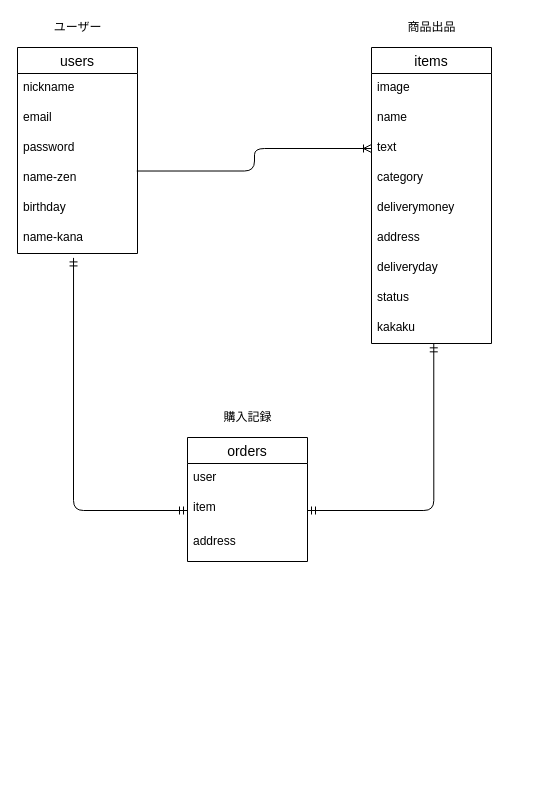
This is ER図.dio from ak-matsu/furima-34248, a draw.io file, before an edit. Source tidied: cells renumbered, new cells numbered last; positions are measured from the earlier drawing's top-left corner, leaving out a move shared by most shapes. Both pictures are drawn from the tidied source at 100%, with x=0, y=0 at pixel (17, 17).
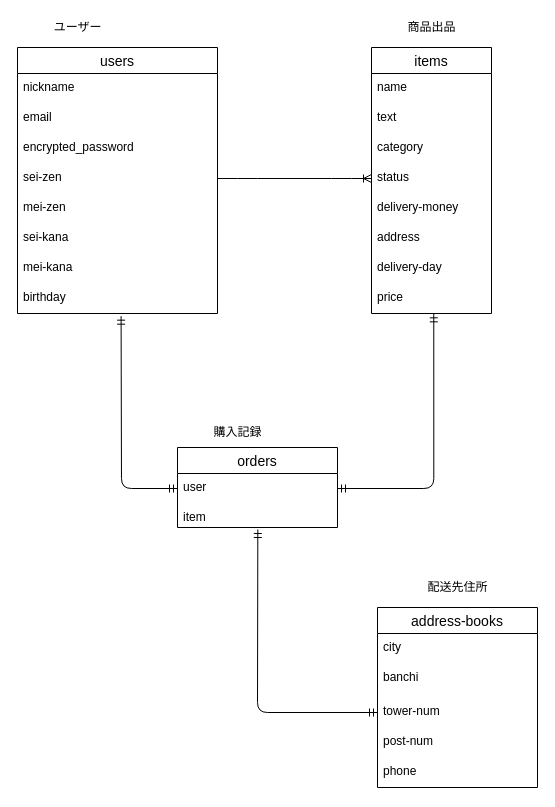
After the change.

Commit message (it also covers changes not shown here):
カラム名、オプション、ER図の修正、配送先住所テーブルの追加

What changed in the source:
```diff
@@
     <mxCell id="2" value="users" style="swimlane;fontStyle=0;horizontal=1;startSize=26;align=center;fontSize=14;" parent="1" vertex="1">
-      <mxGeometry y="30" width="120" height="206" as="geometry" />
+      <mxGeometry y="30" width="200" height="266" as="geometry" />
     </mxCell>
     <mxCell id="3" value="nickname" style="text;strokeColor=none;fillColor=none;spacingLeft=4;spacingRight=4;overflow=hidden;fontSize=12;" parent="2" vertex="1">
-      <mxGeometry y="26" width="120" height="30" as="geometry" />
+      <mxGeometry y="26" width="200" height="30" as="geometry" />
     </mxCell>
     <mxCell id="4" value="email" style="text;strokeColor=none;fillColor=none;spacingLeft=4;spacingRight=4;overflow=hidden;fontSize=12;" parent="2" vertex="1">
-      <mxGeometry y="56" width="120" height="30" as="geometry" />
+      <mxGeometry y="56" width="200" height="30" as="geometry" />
     </mxCell>
-    <mxCell id="5" value="password" style="text;strokeColor=none;fillColor=none;spacingLeft=4;spacingRight=4;overflow=hidden;fontSize=12;" parent="2" vertex="1">
-      <mxGeometry y="86" width="120" height="30" as="geometry" />
+    <mxCell id="5" value="encrypted_password" style="text;strokeColor=none;fillColor=none;spacingLeft=4;spacingRight=4;overflow=hidden;fontSize=12;" parent="2" vertex="1">
+      <mxGeometry y="86" width="200" height="30" as="geometry" />
     </mxCell>
-    <mxCell id="6" value="name-zen" style="text;strokeColor=none;fillColor=none;spacingLeft=4;spacingRight=4;overflow=hidden;points=[[0,0.5],[1,0.5]];portConstraint=eastwest;fontSize=12;" parent="2" vertex="1">
-      <mxGeometry y="116" width="120" height="30" as="geometry" />
+    <mxCell id="6" value="sei-zen" style="text;strokeColor=none;fillColor=none;spacingLeft=4;spacingRight=4;overflow=hidden;points=[[0,0.5],[1,0.5]];portConstraint=eastwest;fontSize=12;" parent="2" vertex="1">
+      <mxGeometry y="116" width="200" height="30" as="geometry" />
     </mxCell>
-    <mxCell id="7" value="birthday" style="text;strokeColor=none;fillColor=none;spacingLeft=4;spacingRight=4;overflow=hidden;fontSize=12;" parent="2" vertex="1">
-      <mxGeometry y="146" width="120" height="30" as="geometry" />
+    <mxCell id="7" value="mei-zen" style="text;strokeColor=none;fillColor=none;spacingLeft=4;spacingRight=4;overflow=hidden;fontSize=12;" parent="2" vertex="1">
+      <mxGeometry y="146" width="200" height="30" as="geometry" />
     </mxCell>
-    <mxCell id="8" value="name-kana" style="text;strokeColor=none;fillColor=none;spacingLeft=4;spacingRight=4;overflow=hidden;points=[[0,0.5],[1,0.5]];portConstraint=eastwest;fontSize=12;" parent="2" vertex="1">
-      <mxGeometry y="176" width="120" height="30" as="geometry" />
+    <mxCell id="8" value="sei-kana" style="text;strokeColor=none;fillColor=none;spacingLeft=4;spacingRight=4;overflow=hidden;points=[[0,0.5],[1,0.5]];portConstraint=eastwest;fontSize=12;" parent="2" vertex="1">
+      <mxGeometry y="176" width="200" height="30" as="geometry" />
     </mxCell>
+    <mxCell id="29" value="mei-kana" style="text;strokeColor=none;fillColor=none;spacingLeft=4;spacingRight=4;overflow=hidden;fontSize=12;" parent="2" vertex="1">
+      <mxGeometry y="206" width="200" height="30" as="geometry" />
+    </mxCell>
+    <mxCell id="30" value="birthday" style="text;strokeColor=none;fillColor=none;spacingLeft=4;spacingRight=4;overflow=hidden;points=[[0,0.5],[1,0.5]];portConstraint=eastwest;fontSize=12;" parent="2" vertex="1">
+      <mxGeometry y="236" width="200" height="30" as="geometry" />
+    </mxCell>
     <mxCell id="9" value="items" style="swimlane;fontStyle=0;horizontal=1;startSize=26;align=center;fontSize=14;" parent="1" vertex="1">
-      <mxGeometry x="354" y="30" width="120" height="296" as="geometry" />
+      <mxGeometry x="354" y="30" width="120" height="266" as="geometry" />
     </mxCell>
-    <mxCell id="10" value="image" style="text;strokeColor=none;fillColor=none;spacingLeft=4;spacingRight=4;overflow=hidden;fontSize=12;" parent="9" vertex="1">
-      <mxGeometry y="26" width="120" height="30" as="geometry" />
-    </mxCell>
     <mxCell id="11" value="name" style="text;strokeColor=none;fillColor=none;spacingLeft=4;spacingRight=4;overflow=hidden;fontSize=12;" parent="9" vertex="1">
-      <mxGeometry y="56" width="120" height="30" as="geometry" />
+      <mxGeometry y="26" width="120" height="30" as="geometry" />
     </mxCell>
     <mxCell id="12" value="text" style="text;strokeColor=none;fillColor=none;spacingLeft=4;spacingRight=4;overflow=hidden;points=[[0,0.5],[1,0.5]];portConstraint=eastwest;fontSize=12;" parent="9" vertex="1">
-      <mxGeometry y="86" width="120" height="30" as="geometry" />
+      <mxGeometry y="56" width="120" height="30" as="geometry" />
     </mxCell>
     <mxCell id="13" value="category" style="text;strokeColor=none;fillColor=none;spacingLeft=4;spacingRight=4;overflow=hidden;fontSize=12;" parent="9" vertex="1">
-      <mxGeometry y="116" width="120" height="30" as="geometry" />
+      <mxGeometry y="86" width="120" height="30" as="geometry" />
     </mxCell>
+    <mxCell id="17" value="status" style="text;strokeColor=none;fillColor=none;spacingLeft=4;spacingRight=4;overflow=hidden;points=[[0,0.5],[1,0.5]];portConstraint=eastwest;fontSize=12;" parent="9" vertex="1">
+      <mxGeometry y="116" width="120" height="30" as="geometry" />
+    </mxCell>
-    <mxCell id="14" value="deliverymoney" style="text;strokeColor=none;fillColor=none;spacingLeft=4;spacingRight=4;overflow=hidden;fontSize=12;" parent="9" vertex="1">
+    <mxCell id="14" value="delivery-money" style="text;strokeColor=none;fillColor=none;spacingLeft=4;spacingRight=4;overflow=hidden;fontSize=12;" parent="9" vertex="1">
       <mxGeometry y="146" width="120" height="30" as="geometry" />
     </mxCell>
@@
-    <mxCell id="16" value="deliveryday" style="text;strokeColor=none;fillColor=none;spacingLeft=4;spacingRight=4;overflow=hidden;fontSize=12;" parent="9" vertex="1">
+    <mxCell id="16" value="delivery-day" style="text;strokeColor=none;fillColor=none;spacingLeft=4;spacingRight=4;overflow=hidden;fontSize=12;" parent="9" vertex="1">
       <mxGeometry y="206" width="120" height="30" as="geometry" />
     </mxCell>
-    <mxCell id="17" value="status" style="text;strokeColor=none;fillColor=none;spacingLeft=4;spacingRight=4;overflow=hidden;points=[[0,0.5],[1,0.5]];portConstraint=eastwest;fontSize=12;" parent="9" vertex="1">
-      <mxGeometry y="236" width="120" height="30" as="geometry" />
-    </mxCell>
-    <mxCell id="18" value="kakaku" style="text;strokeColor=none;fillColor=none;spacingLeft=4;spacingRight=4;overflow=hidden;points=[[0,0.5],[1,0.5]];portConstraint=eastwest;fontSize=12;" parent="9" vertex="1">
-      <mxGeometry y="266" width="120" height="30" as="geometry" />
+    <mxCell id="18" value="price" style="text;strokeColor=none;fillColor=none;spacingLeft=4;spacingRight=4;overflow=hidden;points=[[0,0.5],[1,0.5]];portConstraint=eastwest;fontSize=12;" parent="9" vertex="1">
+      <mxGeometry y="236" width="120" height="30" as="geometry" />
     </mxCell>
     <mxCell id="19" value="orders" style="swimlane;fontStyle=0;horizontal=1;startSize=26;align=center;fontSize=14;" parent="1" vertex="1">
-      <mxGeometry x="170" y="420" width="120" height="124" as="geometry" />
+      <mxGeometry x="160" y="430" width="160" height="80" as="geometry" />
     </mxCell>
     <mxCell id="20" value="user" style="text;strokeColor=none;fillColor=none;spacingLeft=4;spacingRight=4;overflow=hidden;points=[[0,0.5],[1,0.5]];portConstraint=eastwest;fontSize=12;" parent="19" vertex="1">
-      <mxGeometry y="26" width="120" height="30" as="geometry" />
+      <mxGeometry y="26" width="160" height="30" as="geometry" />
     </mxCell>
     <mxCell id="21" value="item" style="text;strokeColor=none;fillColor=none;spacingLeft=4;spacingRight=4;overflow=hidden;points=[[0,0.5],[1,0.5]];portConstraint=eastwest;fontSize=12;" parent="19" vertex="1">
-      <mxGeometry y="56" width="120" height="34" as="geometry" />
+      <mxGeometry y="56" width="160" height="24" as="geometry" />
     </mxCell>
-    <mxCell id="22" value="address" style="text;strokeColor=none;fillColor=none;spacingLeft=4;spacingRight=4;overflow=hidden;fontSize=12;" parent="19" vertex="1">
-      <mxGeometry y="90" width="120" height="34" as="geometry" />
-    </mxCell>
@@
     <mxCell id="25" value="購入記録" style="text;html=1;align=center;verticalAlign=middle;fillColor=none;strokeColor=none;rounded=0;" parent="1" vertex="1">
-      <mxGeometry x="200" y="390" width="60" height="20" as="geometry" />
+      <mxGeometry x="190" y="405" width="60" height="20" as="geometry" />
     </mxCell>
-    <mxCell id="26" style="fontSize=12;html=1;endArrow=ERoneToMany;exitX=0.994;exitY=0.251;exitDx=0;exitDy=0;exitPerimeter=0;entryX=0;entryY=0.5;entryDx=0;entryDy=0;edgeStyle=orthogonalEdgeStyle;" parent="1" edge="1" source="6" target="12">
-      <mxGeometry relative="1" as="geometry" />
-    </mxCell>
-    <mxCell id="27" style="edgeStyle=orthogonalEdgeStyle;fontSize=12;html=1;endArrow=ERmandOne;startArrow=ERmandOne;entryX=1;entryY=0.5;entryDx=0;entryDy=0;exitX=0.519;exitY=1.011;exitDx=0;exitDy=0;exitPerimeter=0;" parent="1" edge="1" source="18" target="21">
+    <mxCell id="27" style="edgeStyle=orthogonalEdgeStyle;fontSize=12;html=1;endArrow=ERmandOne;startArrow=ERmandOne;entryX=1;entryY=0.5;entryDx=0;entryDy=0;exitX=0.519;exitY=1.011;exitDx=0;exitDy=0;exitPerimeter=0;" parent="1" edge="1" source="18" target="20">
       <mxGeometry relative="1" as="geometry" />
     </mxCell>
-    <mxCell id="28" style="fontSize=12;html=1;endArrow=ERmandOne;startArrow=ERmandOne;exitX=0.467;exitY=1.147;exitDx=0;exitDy=0;exitPerimeter=0;entryX=0;entryY=0.5;entryDx=0;entryDy=0;edgeStyle=elbowEdgeStyle;" parent="1" edge="1" source="8" target="21">
-      <mxGeometry relative="1" as="geometry">
-        <Array as="points">
-          <mxPoint x="56" y="370" />
-        </Array>
-      </mxGeometry>
-    </mxCell>
+    <mxCell id="31" value="address-books" style="swimlane;fontStyle=0;horizontal=1;startSize=26;align=center;fontSize=14;" parent="1" vertex="1">
+      <mxGeometry x="360" y="590" width="160" height="180" as="geometry" />
+    </mxCell>
+    <mxCell id="32" value="city" style="text;strokeColor=none;fillColor=none;spacingLeft=4;spacingRight=4;overflow=hidden;fontSize=12;" parent="31" vertex="1">
+      <mxGeometry y="26" width="160" height="30" as="geometry" />
+    </mxCell>
+    <mxCell id="33" value="banchi" style="text;strokeColor=none;fillColor=none;spacingLeft=4;spacingRight=4;overflow=hidden;fontSize=12;" parent="31" vertex="1">
+      <mxGeometry y="56" width="160" height="34" as="geometry" />
+    </mxCell>
+    <mxCell id="34" value="tower-num" style="text;strokeColor=none;fillColor=none;spacingLeft=4;spacingRight=4;overflow=hidden;points=[[0,0.5],[1,0.5]];portConstraint=eastwest;fontSize=12;" parent="31" vertex="1">
+      <mxGeometry y="90" width="160" height="30" as="geometry" />
+    </mxCell>
+    <mxCell id="35" value="post-num" style="text;strokeColor=none;fillColor=none;spacingLeft=4;spacingRight=4;overflow=hidden;fontSize=12;" parent="31" vertex="1">
+      <mxGeometry y="120" width="160" height="30" as="geometry" />
+    </mxCell>
+    <mxCell id="36" value="phone" style="text;strokeColor=none;fillColor=none;spacingLeft=4;spacingRight=4;overflow=hidden;fontSize=12;" parent="31" vertex="1">
+      <mxGeometry y="150" width="160" height="30" as="geometry" />
+    </mxCell>
+    <mxCell id="37" style="fontSize=12;html=1;endArrow=ERmandOne;startArrow=ERmandOne;entryX=0;entryY=0.5;entryDx=0;entryDy=0;edgeStyle=elbowEdgeStyle;exitX=0.502;exitY=1.083;exitDx=0;exitDy=0;exitPerimeter=0;" parent="1" edge="1" source="21" target="34">
+      <mxGeometry relative="1" as="geometry">
+        <Array as="points">
+          <mxPoint x="240" y="669.6" />
+        </Array>
+      </mxGeometry>
+    </mxCell>
+    <mxCell id="38" style="fontSize=12;html=1;endArrow=ERmandOne;startArrow=ERmandOne;entryX=0;entryY=0.5;entryDx=0;entryDy=0;edgeStyle=elbowEdgeStyle;exitX=0.518;exitY=1.089;exitDx=0;exitDy=0;exitPerimeter=0;" parent="1" edge="1" source="30" target="20">
+      <mxGeometry relative="1" as="geometry">
+        <Array as="points">
+          <mxPoint x="104" y="390" />
+        </Array>
+      </mxGeometry>
+    </mxCell>
+    <mxCell id="39" style="edgeStyle=entityRelationEdgeStyle;fontSize=12;html=1;endArrow=ERoneToMany;entryX=0;entryY=0.5;entryDx=0;entryDy=0;exitX=1;exitY=0.5;exitDx=0;exitDy=0;" parent="1" edge="1" source="6" target="17">
+      <mxGeometry relative="1" as="geometry" />
+    </mxCell>
+    <mxCell id="40" value="配送先住所" style="text;html=1;align=center;verticalAlign=middle;fillColor=none;strokeColor=none;rounded=0;" parent="1" vertex="1">
+      <mxGeometry x="400" y="560" width="80" height="20" as="geometry" />
+    </mxCell>
```
